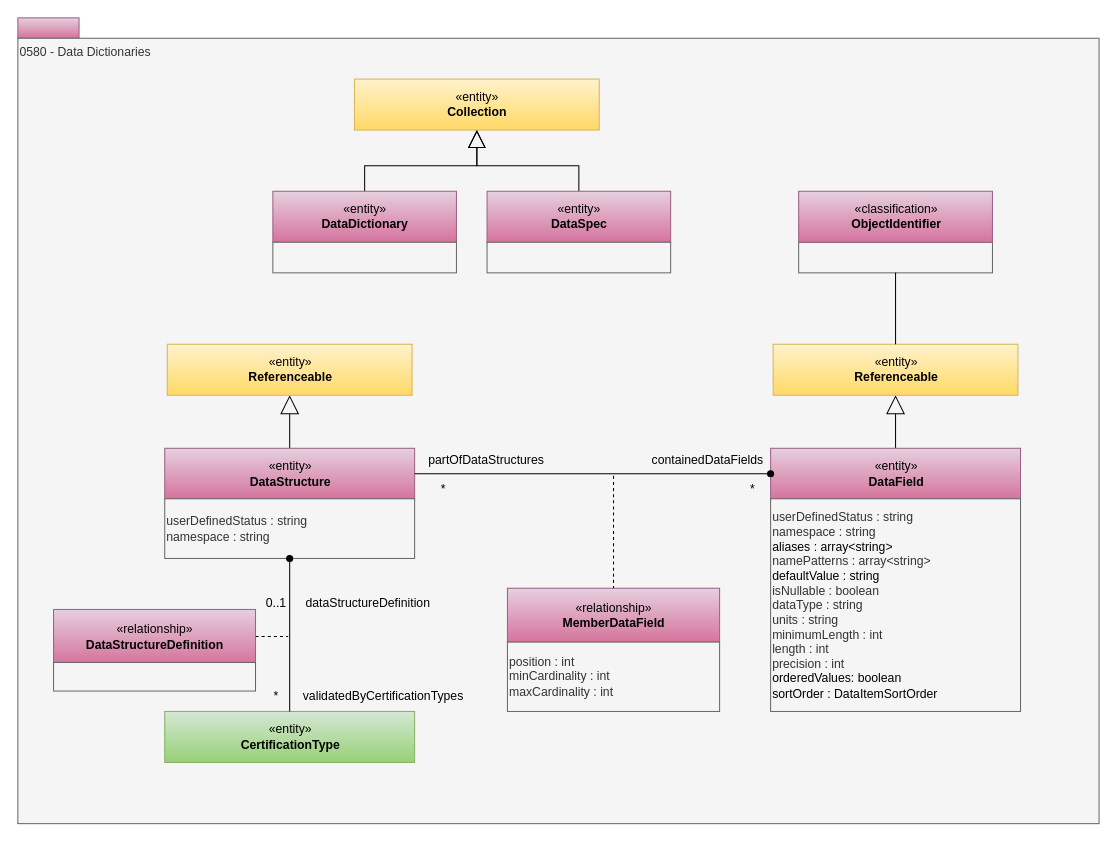
Earlier version of the draw.io diagram page "0580-Data-Dictionaries" (34 of 36) of site/docs/types/5/area-5-models-and-schema.drawio (odpi/egeria-docs). Source tidied: cells renumbered, new cells numbered last; positions are measured from the earlier drawing's top-left corner, leaving out a move shared by most shapes. Both pictures are drawn from the tidied source at 102%, with x=0, y=0 at pixel (17, 17).
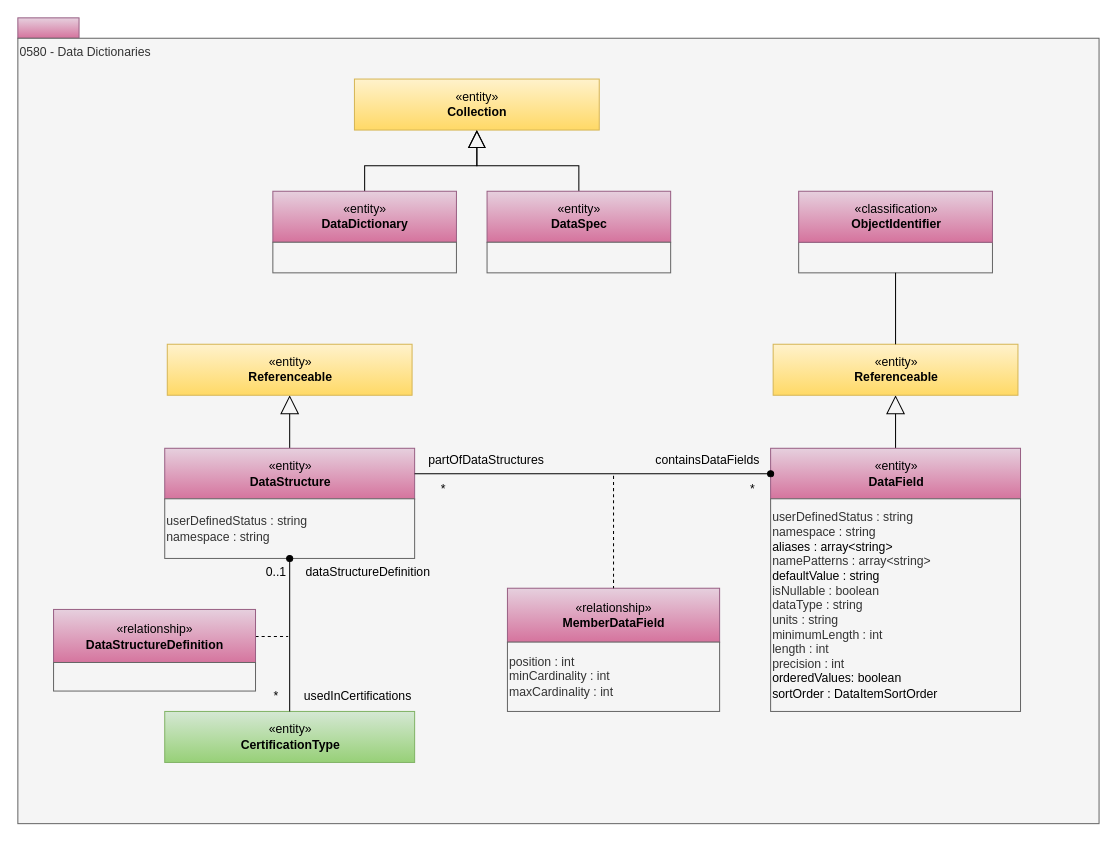
After the change.

Diff of the diagram source:
```diff
@@
-    <mxCell id="23" value="containedDataFields" style="text;html=1;align=center;verticalAlign=middle;strokeColor=none;fillColor=none;" parent="1" vertex="1">
+    <mxCell id="23" value="containsDataFields" style="text;html=1;align=center;verticalAlign=middle;strokeColor=none;fillColor=none;" parent="1" vertex="1">
       <mxGeometry x="610.5" y="419" width="130" height="30" as="geometry" />
     </mxCell>
@@
     <mxCell id="35" value="0..1" style="text;html=1;align=center;verticalAlign=middle;strokeColor=none;fillColor=none;" parent="1" vertex="1">
-      <mxGeometry x="233" y="559" width="40" height="30" as="geometry" />
+      <mxGeometry x="233" y="529.2" width="40" height="30" as="geometry" />
     </mxCell>
@@
     <mxCell id="37" value="dataStructureDefinition" style="text;html=1;align=center;verticalAlign=middle;strokeColor=none;fillColor=none;" parent="1" vertex="1">
-      <mxGeometry x="268" y="559" width="150" height="30" as="geometry" />
+      <mxGeometry x="268" y="529.2" width="150" height="30" as="geometry" />
     </mxCell>
-    <mxCell id="38" value="validatedByCertificationTypes" style="text;html=1;align=center;verticalAlign=middle;strokeColor=none;fillColor=none;" parent="1" vertex="1">
-      <mxGeometry x="268" y="650" width="180" height="30" as="geometry" />
+    <mxCell id="38" value="usedInCertifications" style="text;html=1;align=center;verticalAlign=middle;strokeColor=none;fillColor=none;" parent="1" vertex="1">
+      <mxGeometry x="268" y="650" width="130" height="30" as="geometry" />
     </mxCell>
```
